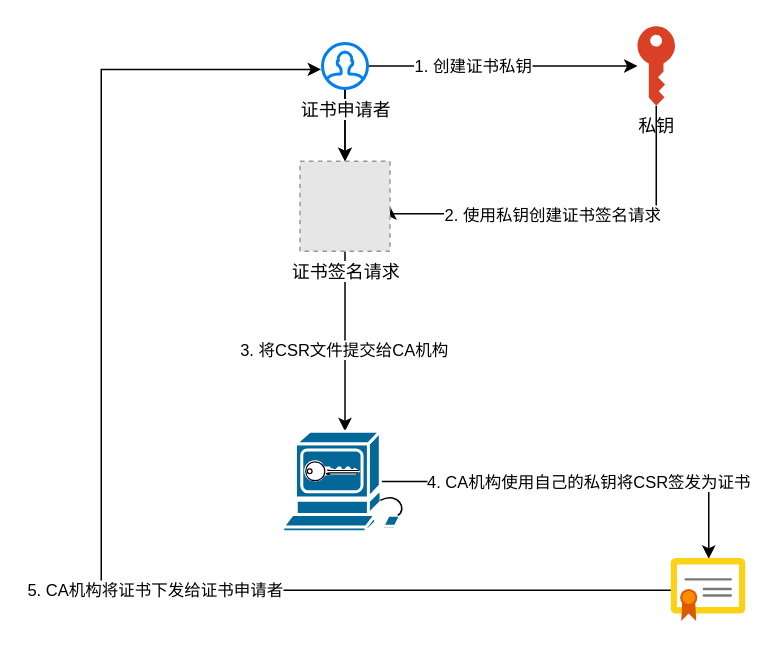
jpanda-cn/static-resources keeps this draw.io diagram as drawio/openssl/证书申请和签发流程.drawio. Above is the earlier version. Source tidied: cells renumbered, new cells numbered last; positions are measured from the earlier drawing's top-left corner, leaving out a move shared by most shapes. Both pictures are drawn from the tidied source at 150%, with x=0, y=0 at pixel (100, 26). Pictures stored in the file or linked from it are replaced by grey dashed boxes.
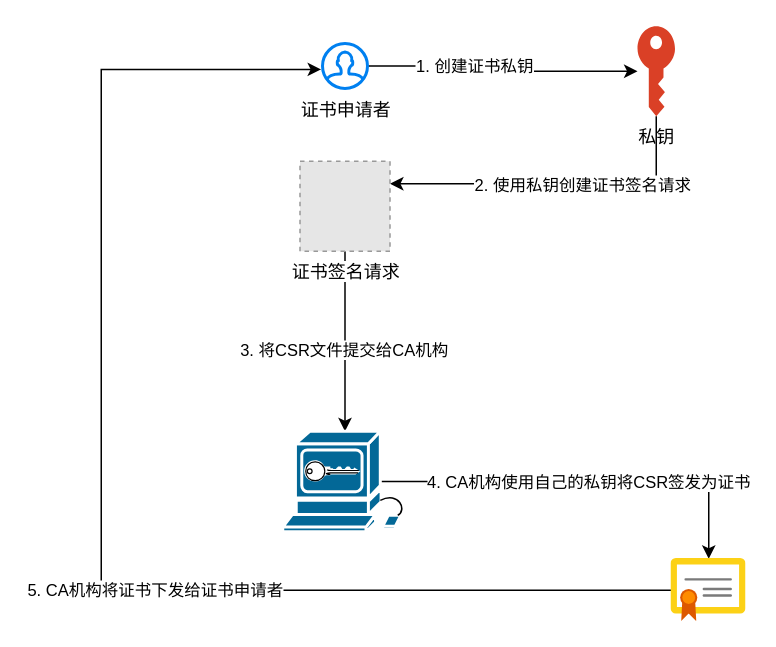
Above is the later version.

Commit message (it also covers changes not shown here):
更新证书申请和签发流程.drawio

Unchanged cells that the change refers to:
```xml
<mxCell id="6" value="证书申请者" style="html=1;verticalLabelPosition=bottom;align=center;labelBackgroundColor=#ffffff;verticalAlign=top;strokeWidth=2;strokeColor=#0080F0;shadow=0;dashed=0;shape=mxgraph.ios7.icons.user;" parent="1" vertex="1">
  <mxGeometry x="147.5" y="11.5" width="30" height="30" as="geometry" />
</mxCell>
<mxCell id="12" value="证书签名请求" style="fillColor=#E6E6E6;strokeColor=#999999;dashed=1;html=1;verticalAlign=top;verticalLabelPosition=bottom;labelBackgroundColor=#ffffff;" parent="1" vertex="1">
  <mxGeometry x="132.5" y="90" width="60" height="60" as="geometry" />
</mxCell>
```

What changed in the source:
```diff
@@
-    <mxCell id="4" style="edgeStyle=orthogonalEdgeStyle;rounded=0;jettySize=auto;html=1;" parent="1" edge="1" source="6" target="12">
-      <mxGeometry relative="1" as="geometry" />
-    </mxCell>
-    <mxCell id="5" style="edgeStyle=orthogonalEdgeStyle;rounded=0;jettySize=auto;html=1;" parent="1" edge="1" source="6" target="12">
-      <mxGeometry relative="1" as="geometry" />
-    </mxCell>
@@
-    <mxCell id="7" style="edgeStyle=orthogonalEdgeStyle;rounded=0;jettySize=auto;html=1;entryX=1;entryY=0.5;entryDx=0;entryDy=0;" parent="1" edge="1" source="9" target="12">
+    <mxCell id="7" style="edgeStyle=orthogonalEdgeStyle;rounded=0;jettySize=auto;html=1;entryX=1;entryY=0.25;entryDx=0;entryDy=0;" parent="1" edge="1" source="9" target="12">
       <mxGeometry relative="1" as="geometry">
         <Array as="points">
-          <mxPoint x="370.5" y="125" />
+          <mxPoint x="370" y="105" />
         </Array>
       </mxGeometry>
     </mxCell>
     <mxCell id="8" value="2. 使用私钥创建证书签名请求" style="edgeLabel;html=1;align=center;verticalAlign=middle;" parent="7" vertex="1">
-      <mxGeometry x="0.52" y="-2" relative="1" as="geometry">
-        <mxPoint x="51" y="2" as="offset" />
+      <mxGeometry x="0.3" relative="1" as="geometry">
+        <mxPoint x="50" as="offset" />
       </mxGeometry>
     </mxCell>
     <mxCell id="9" value="私钥" style="sketch=0;shadow=0;dashed=0;html=1;strokeColor=none;labelPosition=center;verticalLabelPosition=bottom;verticalAlign=top;outlineConnect=0;align=center;shape=mxgraph.office.security.key_permissions;fillColor=#DA4026;" parent="1" vertex="1">
-      <mxGeometry x="357.5" width="25" height="53" as="geometry" />
+      <mxGeometry x="357.5" width="25" height="60" as="geometry" />
     </mxCell>
```
